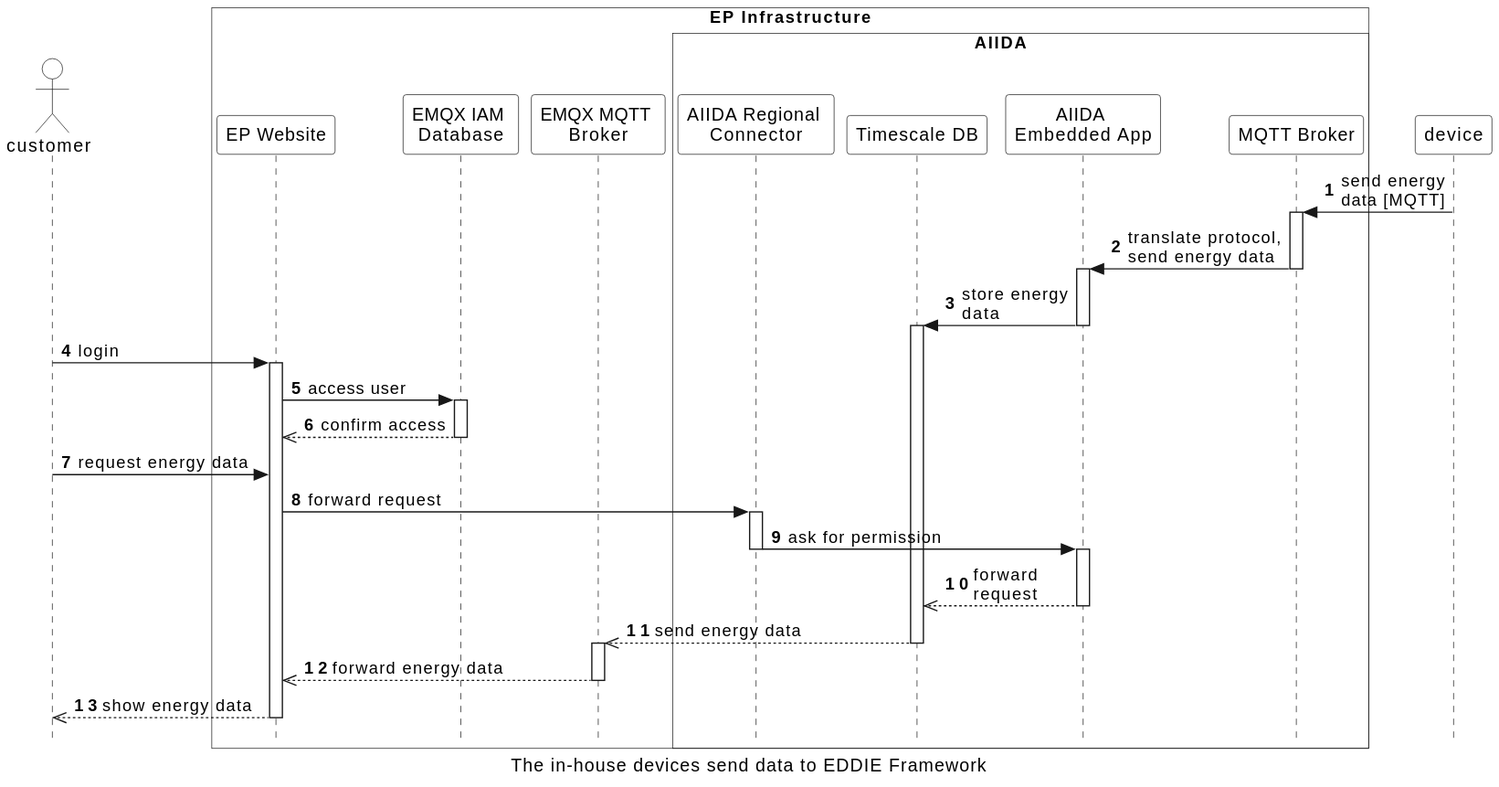
Above: arc42/aiida/runtime-view/figures/aiida_send_data.svg in eddie-energy/architecture (PlantUML), before the change.
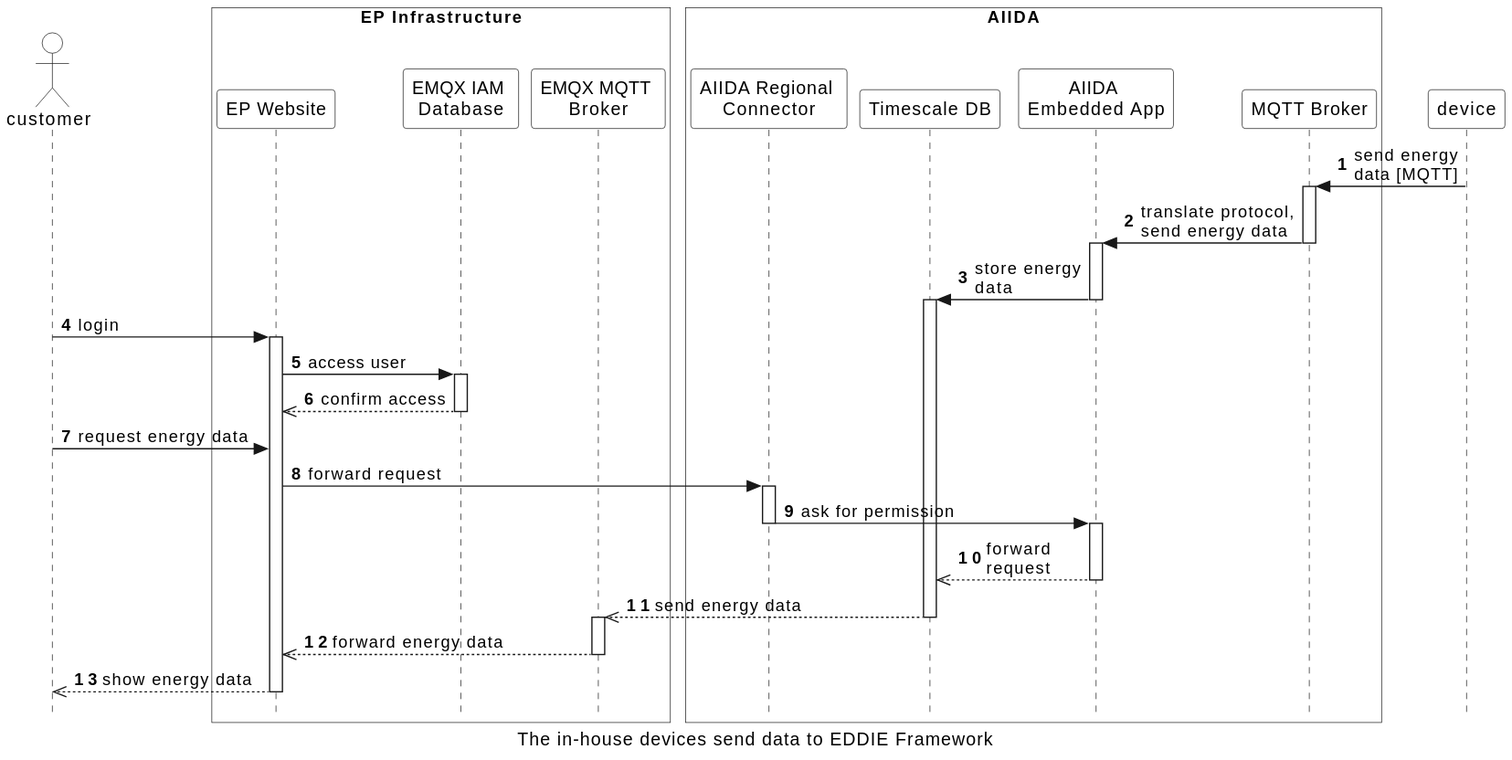
After the change.

What changed in the source:
```diff
@@ -19,7 +19,7 @@
     participant "EP Website" as website
       participant "EMQX IAM \nDatabase" as database
     participant "EMQX MQTT \nBroker" as mqttbroker
-
+end box
     box "\tAIIDA\t\t"  #transparent
     participant "AIIDA Regional \nConnector" as connector
      participant "Timescale DB" as timescale
@@ -27,7 +27,7 @@
       participant "MQTT Broker" as broker
   end box
 
-end box
+
 
 
 device -> broker : send energy\ndata [MQTT]
```
